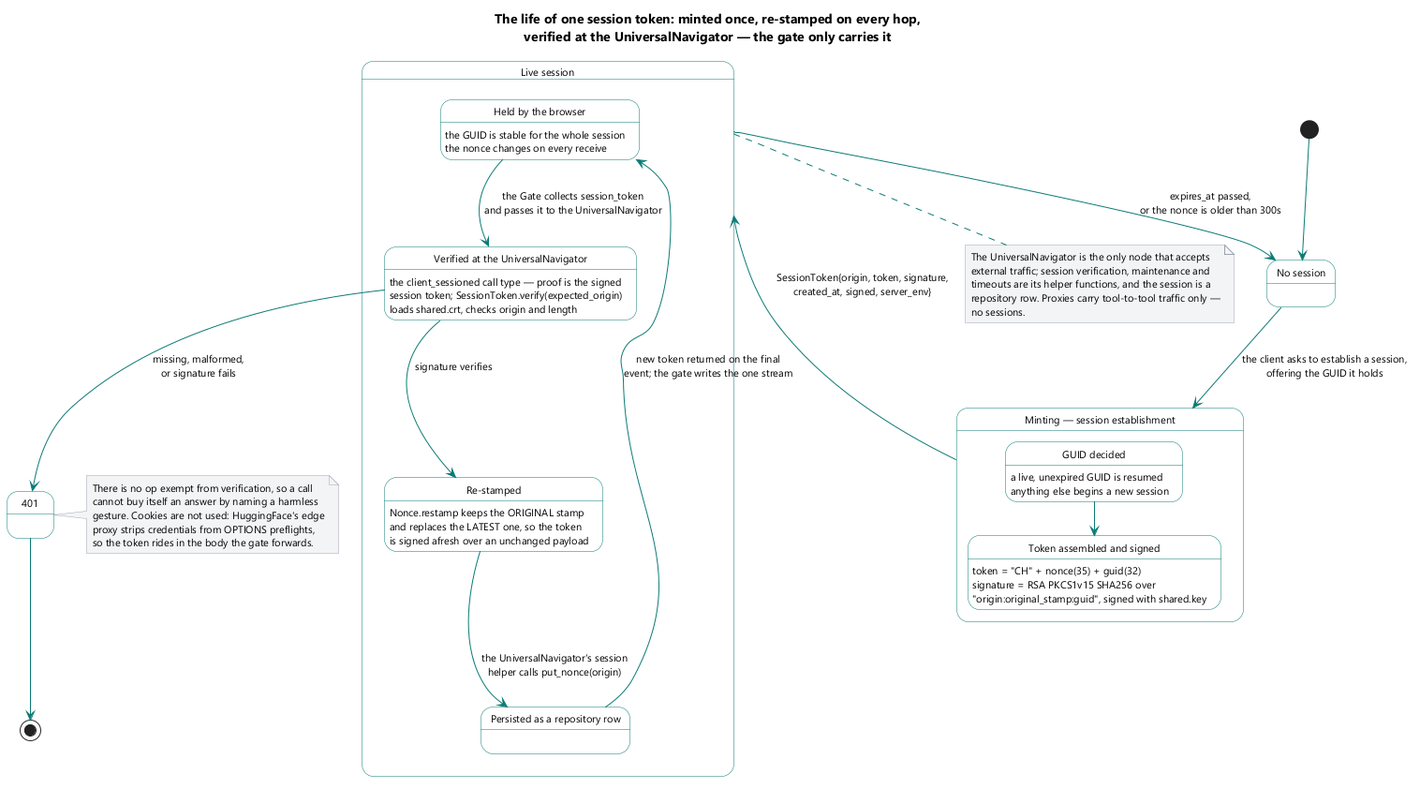
Before: brain/machine_artifacts/diagramsAndImages/rendered/ss_session_state.png, a diagram exported from PlantUML (SkipSnow/ChatHealthyRepo).
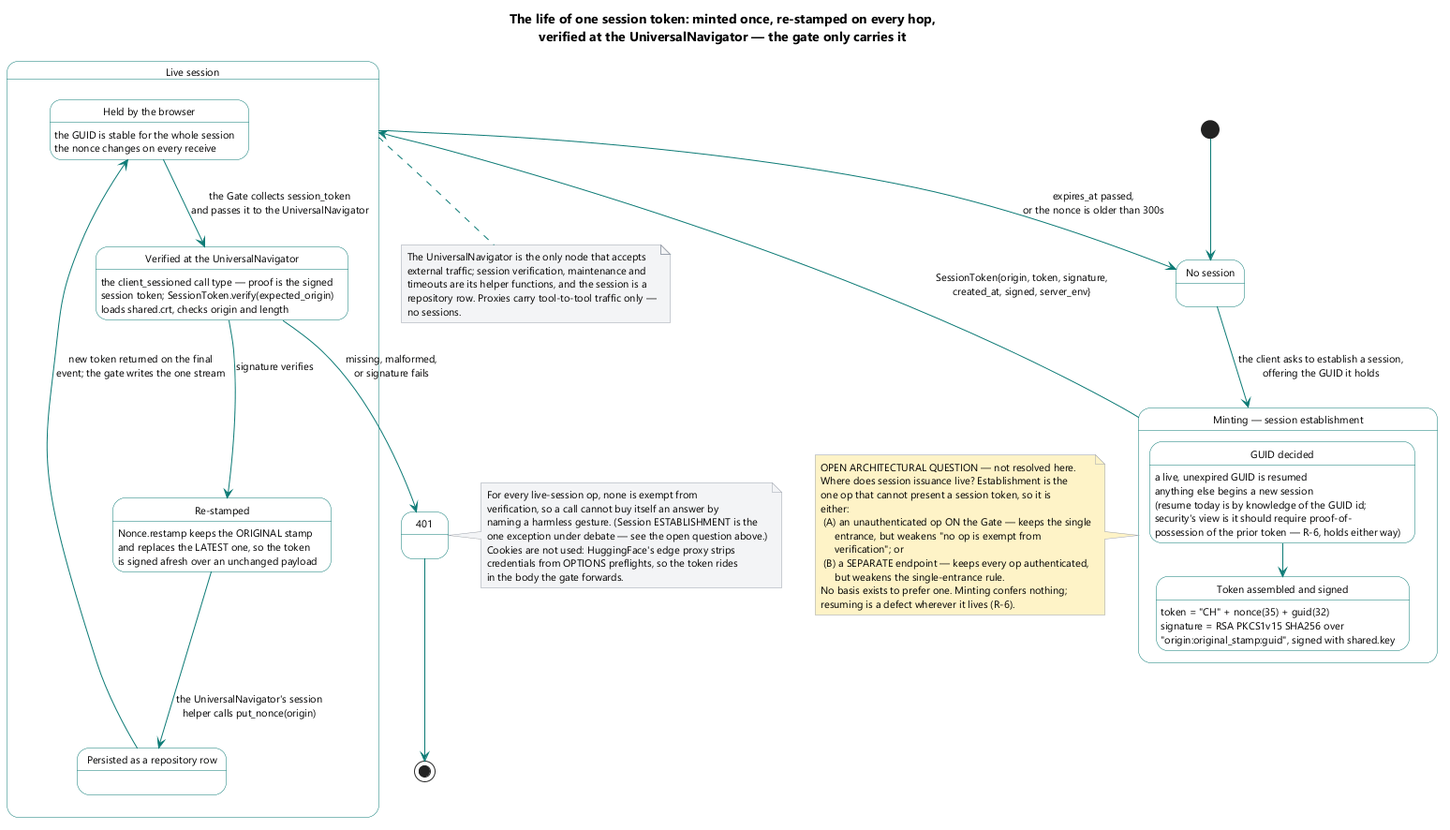
Above is the later version.

Diff of the diagram source:
```diff
@@ -38,8 +38,25 @@
 
 NoSession --> Mint : the client asks to establish a session,\noffering the GUID it holds
 
+note left of Mint #fef3c7
+  OPEN ARCHITECTURAL QUESTION — not resolved here.
+  Where does session issuance live? Establishment is the
+  one op that cannot present a session token, so it is
+  either:
+   (A) an unauthenticated op ON the Gate — keeps the single
+       entrance, but weakens "no op is exempt from
+       verification"; or
+   (B) a SEPARATE endpoint — keeps every op authenticated,
+       but weakens the single-entrance rule.
+  No basis exists to prefer one. Minting confers nothing;
+  resuming is a defect wherever it lives (R-6).
+end note
+
 MintGuid : a live, unexpired GUID is resumed
 MintGuid : anything else begins a new session
+MintGuid : (resume today is by knowledge of the GUID id;
+MintGuid : security's view is it should require proof-of-
+MintGuid : possession of the prior token — R-6, holds either way)
 MintSign : token = "CH" + nonce(35) + guid(32)
 MintSign : signature = RSA PKCS1v15 SHA256 over
 MintSign : "origin:original_stamp:guid", signed with shared.key
@@ -63,11 +80,13 @@
 Held : the nonce changes on every receive
 
 note right of Denied #f3f4f6
-  There is no op exempt from verification, so a call
-  cannot buy itself an answer by naming a harmless
-  gesture. Cookies are not used: HuggingFace's edge
-  proxy strips credentials from OPTIONS preflights,
-  so the token rides in the body the gate forwards.
+  For every live-session op, none is exempt from
+  verification, so a call cannot buy itself an answer by
+  naming a harmless gesture. (Session ESTABLISHMENT is the
+  one exception under debate — see the open question above.)
+  Cookies are not used: HuggingFace's edge proxy strips
+  credentials from OPTIONS preflights, so the token rides
+  in the body the gate forwards.
 end note
 
 note bottom of Live #f3f4f6
```
